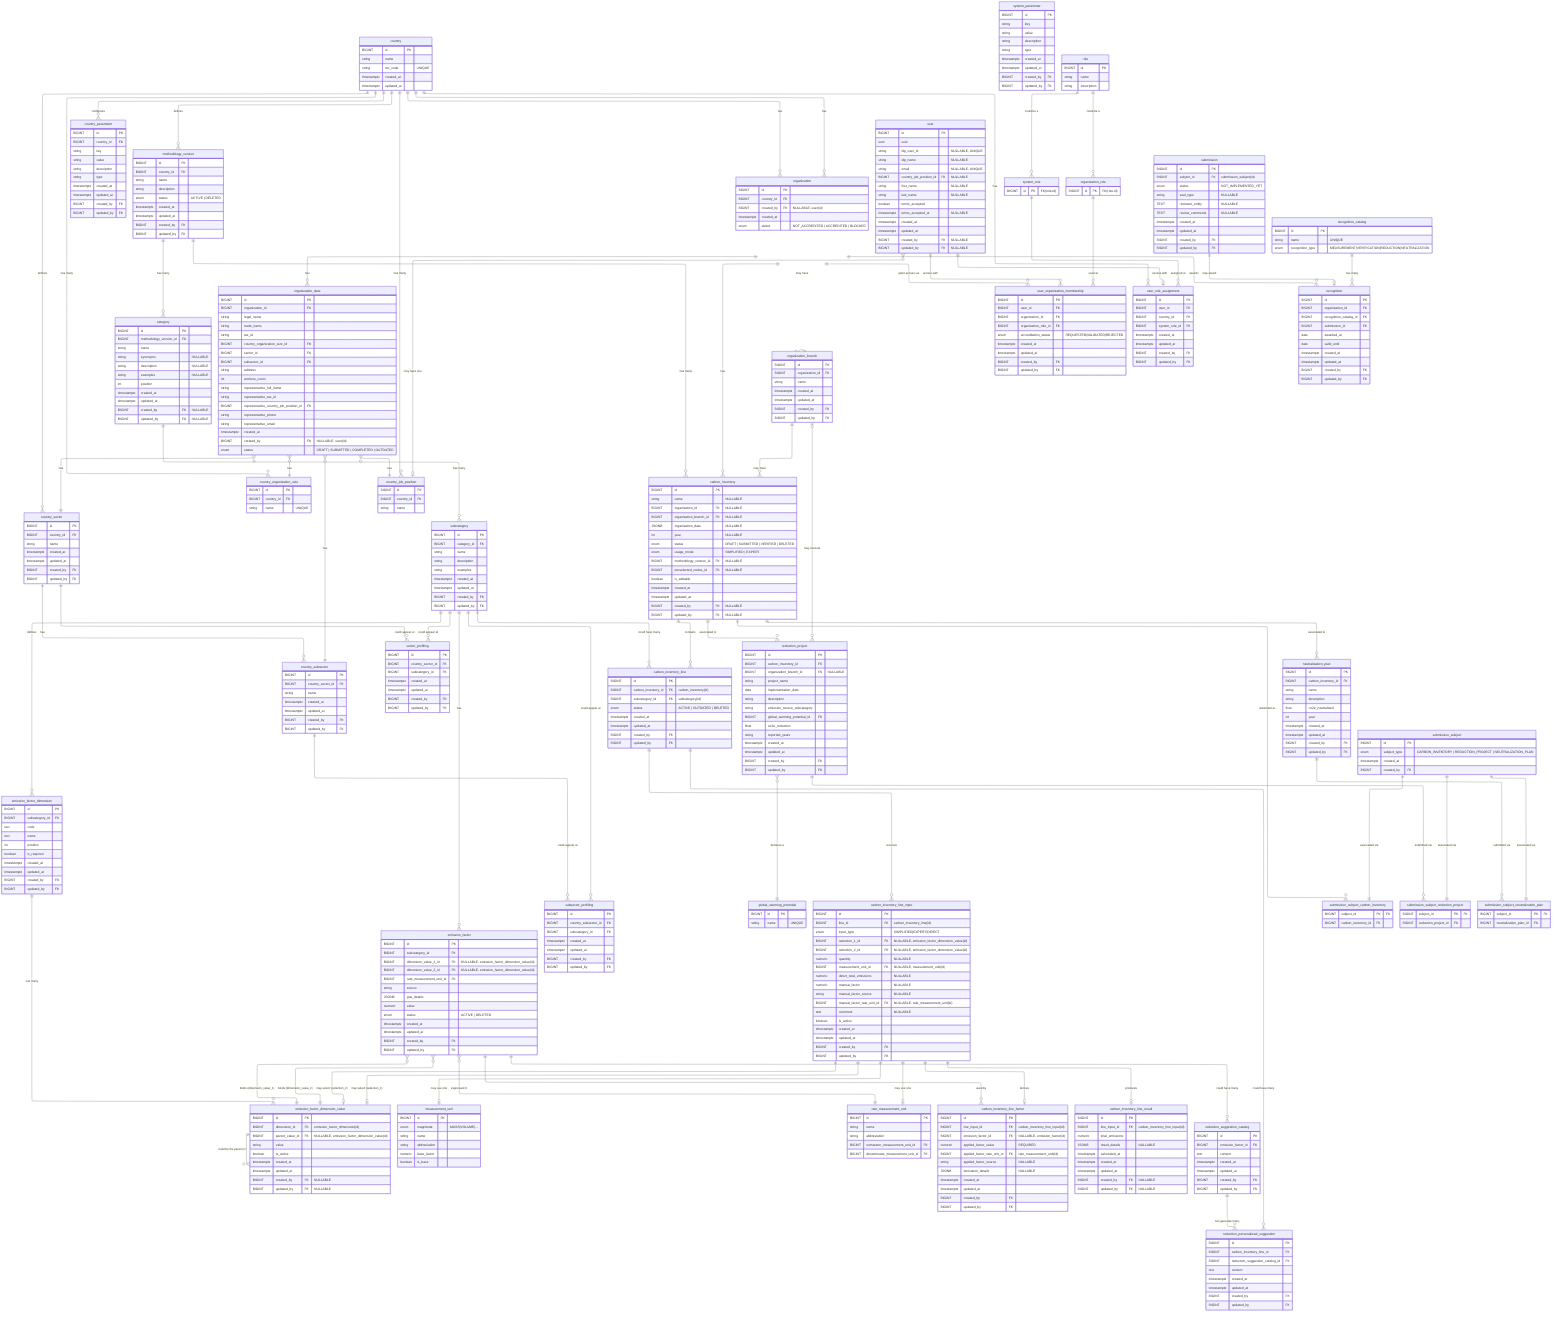
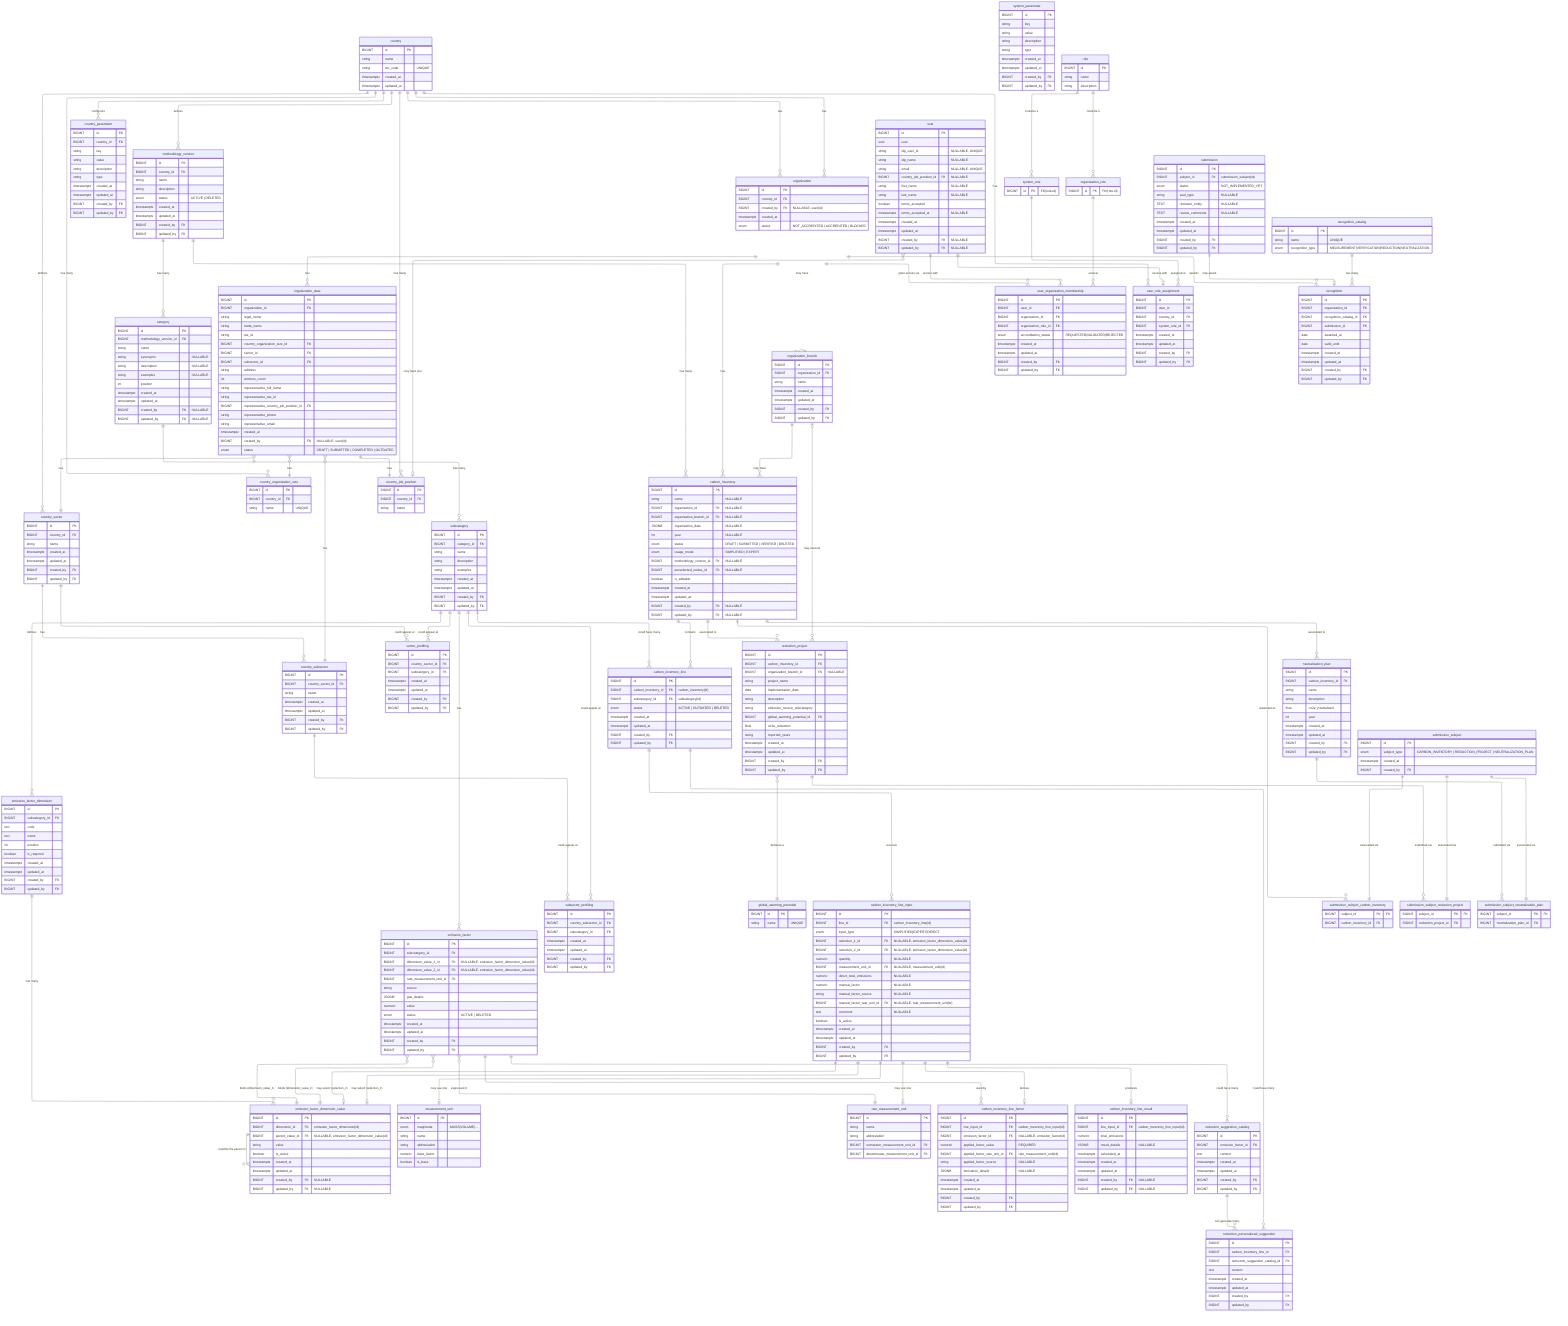
---
config:
  layout: elk
---
erDiagram
	direction TB

	%% ============================================================
	%% Design Principles
	%% ============================================================

	%% 🔷 Core Modeling Principles
	%% 	1.	Each table has a single, well-defined responsibility
	%% Tables are designed to represent one concept only (e.g. configuration, input, result, workflow), avoiding mixed concerns.

	%% 	2.	Relationships reflect real business rules, not just foreign keys
	%% Cardinalities and optionality are chosen to express domain constraints, not merely technical implementation details.

	%% 	3.	Nullability is intentional and meaningful
	%% Nullable fields indicate valid domain states (e.g. optional associations, draft data), not incomplete design.

	%% ⸻

	%% 🔷 Configuration & Reference Data
	%% 	4.	Reference data is normalized and centralized
	%% Shared concepts (statuses, units, potentials) are defined once and reused across the system.

	%% 	5.	Volatile enums are modeled as tables, not database ENUMs
	%% Any value expected to evolve (statuses, workflows) is stored in catalog tables to avoid schema migrations.

	%% 	6.	Stable physical concepts may use ENUMs
	%% Concepts that are scientifically stable (e.g. unit magnitude, usage mode) may use database ENUMs for safety and clarity.

	%% ⸻

	%% 🔷 Methodology & Emission Factors

	%% 	7.	Methodology is versioned and country-scoped
	%% All categories, subcategories, and factors belong to a specific methodology version tied to a country.

	%% 	8.	Emission factors are defined by standardized dimensions, not free text
	%% User selections and factor matching are driven by normalized dimension values to ensure consistency and correctness.

	%% 	9.	Dimension cardinality reflects domain reality, not generic flexibility
	%% Emission factors support up to two dimensions by design, matching current methodology requirements and admin workflows.

	%% 	10.	Administrative workflows are hierarchical and sequential
	%% New entities are created top-down (category → subcategory → dimension → value → factor), enforcing consistency at each level.

	%% ⸻

	%% 🔷 Inventory & Calculation

	%% 	11.	Input, factor selection, and results are modeled as separate concerns
	%% User input, factor derivation, and calculated results are stored in distinct tables for clarity and auditability.

	%% 	12.	Results are always derived from immutable input snapshots
	%% Calculated emissions reference the exact input used, ensuring reproducibility even if inputs change later.

	%% 	13.	Historical data is preserved; updates create new versions
	%% Changes do not overwrite previous data but create new records, maintaining a complete audit trail.

	%% ⸻

	%% 🔷 Workflow & Submissions

	%% 	14.	Workflows are modeled as data, not booleans
	%% Submissions, approvals, and recognitions are represented explicitly rather than inferred from flags.

	%% 	15.	Polymorphism is handled via explicit subject tables
	%% Submissions reference a generic subject entity with concrete subtype tables, avoiding nullable polymorphic foreign keys.

	%% 	16.	Recognitions are awarded based on submissions, not raw entities
	%% This ensures all awards are traceable to a validated review process.

	%% ⸻

	%% 🔷 Audit & Governance

	%% 	17.	Audit fields are applied based on responsibility and mutability
	%% Operational tables are auditable; reference and system-owned tables may omit audit fields by design.

	%% 	18.	System-generated data does not pretend to have an author
	%% Automatically calculated results record timestamps but not created_by or updated_by.

	%% 	19.	Database constraints enforce correctness wherever possible
	%% Uniqueness, consistency, and invariants are enforced at the database level rather than relying solely on application logic.


	%% ⸻

	%% 🔷 Evolution & Maintainability

	%% 	20.	Design favors clarity and correctness over premature generalization
	%% Flexibility is introduced only when driven by real domain requirements, not hypothetical future use cases.

	%% 	21.	Future extensions are possible without breaking existing data
	%% The model anticipates evolution (e.g. new methodologies, new workflows) while keeping current usage simple and explicit.

	%% ⸻

	%% These principles are intentional.
	%% Changes to the model should preserve these invariants unless there is a clear domain-driven reason to evolve them.

	%% ============================================================
	%% 🟦 Country & configuration (7)
	%% ============================================================

	country {
		BIGINT id PK ""
		string name  ""
		string iso_code "UNIQUE"
		timestamptz created_at  ""
		timestamptz updated_at  ""
	}

	country_parameter {
		BIGINT id PK ""
		BIGINT country_id FK ""
		string key  ""
		string value  ""
		string description  ""
		string type  ""
		timestamptz created_at  ""
		timestamptz updated_at  ""
		BIGINT created_by FK ""
		BIGINT updated_by FK ""
	}

	system_parameter {
		BIGINT id PK ""
		string key  ""
		string value  ""
		string description  ""
		string type  ""
		timestamptz created_at  ""
		timestamptz updated_at  ""
		BIGINT created_by FK ""
		BIGINT updated_by FK ""
	}

	country_sector {
		BIGINT id PK ""
		BIGINT country_id FK ""
		string name  ""
		timestamptz created_at  ""
		timestamptz updated_at  ""
		BIGINT created_by FK ""
		BIGINT updated_by FK ""
	}

	country_subsector {
		BIGINT id PK ""
		BIGINT country_sector_id FK ""
		string name  ""
		timestamptz created_at  ""
		timestamptz updated_at  ""
		BIGINT created_by FK ""
		BIGINT updated_by FK ""
	}

	country_organization_size {
		BIGINT id PK ""
		BIGINT country_id FK ""
		string name  "UNIQUE"
	}

	country_job_position {
		BIGINT id PK ""
		BIGINT country_id FK ""
		string name  ""
	}

	%% ============================================================
	%% 🟩 Methodology & factors (9)
	%% ============================================================

	methodology_version {
		BIGINT id PK ""
		BIGINT country_id FK ""
		string name  ""
		string description  ""
		enum status "ACTIVE | DELETED"
		timestamptz created_at  ""
		timestamptz updated_at  ""
		BIGINT created_by FK ""
		BIGINT updated_by FK ""
		%% Enforce via trigger at most 1 active per country
	}

	category {
		BIGINT id PK ""
		BIGINT methodology_version_id FK ""
		string name  ""
		%% just for displaying
		string synonyms "NULLABLE"
		%% just for displaying
		string description "NULLABLE"
		%% just for displaying
		string examples "NULLABLE"
		%% Position must be > 0 (enforced by DB CHECK constraint)
		int position ""
		timestamptz created_at  ""
		timestamptz updated_at  ""
		BIGINT created_by FK "NULLABLE"
		BIGINT updated_by FK "NULLABLE"
		%% UNIQUE(methodology_version_id, name)
		%% UNIQUE(methodology_version_id, position)
	}

	subcategory {
		BIGINT id PK ""
		BIGINT category_id FK ""
		string name  ""
		%% just for displaying
		string description  ""
		%% just for displaying
		string examples ""
		timestamptz created_at  ""
		timestamptz updated_at  ""
		BIGINT created_by FK ""
		BIGINT updated_by FK ""
	}

	emission_factor_dimension {
		BIGINT id PK ""
		BIGINT subcategory_id FK ""
		%% Like: FUEL_GROUP, FUEL_TYPE, GAS_TYPE
		text code ""
		%% Like: Tipo de combustible, Tipo de gas
		text name ""
		%% Like: 1, 2, 3 (order in UI & logic)
		int position ""
		boolean is_required ""
		timestamptz created_at  ""
		timestamptz updated_at  ""
		BIGINT created_by FK ""
		BIGINT updated_by FK ""
		%% UNIQUE(subcategory_id, position),
		%% UNIQUE(subcategory_id, code)
	}

	emission_factor_dimension_value {
		BIGINT id PK ""
		BIGINT dimension_id FK "emission_factor_dimension(id)"
		BIGINT parent_value_id FK "NULLABLE, emission_factor_dimension_value(id)"
		%% Like: Natural gas, Diesel, Kerosene, etc
		string value ""
		boolean is_active ""
		timestamptz created_at  ""
		timestamptz updated_at  ""
		BIGINT created_by FK "NULLABLE"
		BIGINT updated_by FK "NULLABLE"
		%% UNIQUE(dimension_id, value)
	}

	emission_factor {
		BIGINT id PK ""
		BIGINT subcategory_id FK ""
		%% Emission factors currently support up to two dimensions via fixed columns.
		%% A binding table was considered for unbounded dimensions but intentionally not used to keep queries and constraints simple.
		BIGINT dimension_value_1_id FK "NULLABLE, emission_factor_dimension_value(id)"
		BIGINT dimension_value_2_id FK "NULLABLE, emission_factor_dimension_value(id)"
		BIGINT rate_measurement_unit_id FK ""
		string source  ""
		JSONB gas_details ""
		numeric value  ""
		enum status "ACTIVE | DELETED"
		timestamptz created_at  ""
		timestamptz updated_at  ""
		BIGINT created_by FK ""
		BIGINT updated_by FK ""
		%% Enforce UNIQUE (subcategory_id, dimension_value_1_id, dimension_value_2_id) WHERE status = 'ACTIVE'
	}

	sector_profiling {
		BIGINT id PK ""
		BIGINT country_sector_id FK ""
		BIGINT subcategory_id FK ""
		timestamptz created_at  ""
		timestamptz updated_at  ""
		BIGINT created_by FK ""
		BIGINT updated_by FK ""
		%% UNIQUE(country_sector_id, subcategory_id)
	}

	subsector_profiling {
		BIGINT id PK ""
		BIGINT country_subsector_id FK ""
		BIGINT subcategory_id FK ""
		timestamptz created_at  ""
		timestamptz updated_at  ""
		BIGINT created_by FK ""
		BIGINT updated_by FK ""
		%% UNIQUE(country_subsector_id, subcategory_id)
	}

	measurement_unit {
		BIGINT id PK ""
		enum magnitude  "MASS|VOLUME|..."
		string name  ""
		string abbreviation  ""
		numeric base_factor  ""
		boolean is_base  ""
		%% Enforce UNIQUE (magnitude) WHERE is_base = true
	}

	rate_measurement_unit {
		BIGINT id PK ""
		string name  ""
		string abbreviation  ""
		BIGINT numerator_measurement_unit_id FK ""
		BIGINT denominator_measurement_unit_id FK ""
	}

	global_warming_potential {
		BIGINT id PK ""
		string name "UNIQUE"
		%% AR4, AR5, etc...
	}

	%% ============================================================
	%% 🟨 Organizations & users (8)
	%% ============================================================

	organization {
		BIGINT id PK
		BIGINT country_id FK
		BIGINT created_by FK "NULLABLE, user(id)"
		timestamptz created_at
		enum status "NOT_ACCREDITED | ACCREDITED | BLOCKED"
  	}

	organization_data {
		BIGINT id PK
		BIGINT organization_id FK

		%% organization data
		string legal_name
		string trade_name
		string tax_id
		BIGINT country_organization_size_id FK
		BIGINT sector_id FK
		BIGINT subsector_id FK
		string address
		int workers_count

		%% representative data
		string representative_full_name
		string representative_tax_id
		BIGINT representative_country_job_position_id FK
		string representative_phone
		string representative_email

		timestamptz created_at
		BIGINT created_by FK "NULLABLE, user(id)"
		enum status "DRAFT | SUBMITTED | COMPLETED | OUTDATED"
	}

	organization_branch {
		BIGINT id PK ""
		BIGINT organization_id FK ""
		string name  ""
		timestamptz created_at  ""
		timestamptz updated_at  ""
		BIGINT created_by FK ""
		BIGINT updated_by FK ""
	}

	user {
		BIGINT id PK ""
		uuid uuid  ""
		string idp_user_id "NULLABLE, UNIQUE"
		string idp_name "NULLABLE"
		string email  "NULLABLE, UNIQUE"
		BIGINT country_job_position_id FK "NULLABLE"
		string first_name "NULLABLE"
		string last_name "NULLABLE"
		boolean terms_accepted ""
		timestamptz terms_accepted_at "NULLABLE"
		timestamptz created_at  ""
		timestamptz updated_at  ""
		BIGINT created_by FK "NULLABLE"
		BIGINT updated_by FK "NULLABLE"
	}

	%% abstract parent table
	role {
		BIGINT id PK ""
		string name ""
		string description ""
	}

	system_role {
		BIGINT id PK "FK(role.id)"
	}

	organization_role {
		BIGINT id PK "FK(role.id)"
	}

	user_organization_membership {
		BIGINT id PK ""
		BIGINT user_id FK ""
		BIGINT organization_id FK ""
		BIGINT organization_role_id FK ""
		enum accreditation_status  "REQUESTED|VALIDATED|REJECTED"
		timestamptz created_at  ""
		timestamptz updated_at  ""
		BIGINT created_by FK ""
		BIGINT updated_by FK ""
		%% UNIQUE(user_id, organization_id, organization_role_id)
	}

	user_role_assignment {
		BIGINT id PK ""
		BIGINT user_id FK ""
		BIGINT country_id FK ""
		BIGINT system_role_id FK ""
		timestamptz created_at  ""
		timestamptz updated_at  ""
		BIGINT created_by FK ""
		BIGINT updated_by FK ""
		%% UNIQUE(user_id, country_id, system_role_id)
	}

	%% ============================================================
	%% 🟧 Inventory & calculation (9)
	%% ============================================================

	%% organization & organization_branch will be NULL when user does not belong to any org.
	carbon_inventory {
		BIGINT id PK ""
		string name "NULLABLE"
		BIGINT organization_id FK "NULLABLE"
		BIGINT organization_branch_id FK "NULLABLE"
		JSONB organization_data "NULLABLE"
		int year "NULLABLE"
		enum status "DRAFT | SUBMITTED | VERIFIED | DELETED"
		enum usage_mode "SIMPLIFIED | EXPERT"
		BIGINT methodology_version_id FK "NULLABLE"
		BIGINT preselected_nodes_id FK "NULLABLE"
		boolean is_editable ""
		timestamptz created_at  ""
		timestamptz updated_at  ""
		BIGINT created_by FK "NULLABLE"
		BIGINT updated_by FK "NULLABLE"
	}

	%% A "line" represents what is being measured (subcategory) for a given inventory.
	%% We do not store quantities/factors/selections here. It's the anchor.
	carbon_inventory_line {
		BIGINT id PK ""
		BIGINT carbon_inventory_id FK "carbon_inventory(id)"
		BIGINT subcategory_id FK "subcategory(id)"
		enum status "ACTIVE | OUTDATED | DELETED"
		timestamptz created_at  ""
		timestamptz updated_at  ""
		BIGINT created_by FK ""
		BIGINT updated_by FK ""
	}

	carbon_inventory_line_input {
		BIGINT id PK ""
		BIGINT line_id FK "carbon_inventory_line(id)"
		enum input_type "SIMPLIFIED|EXPERT|DIRECT"

		%% the "dimension selections" (more on dimension standardization in section 4)
		BIGINT selection_1_id FK "NULLABLE, emission_factor_dimension_value(id)"
		BIGINT selection_2_id FK "NULLABLE, emission_factor_dimension_value(id)"

		numeric quantity "NULLABLE"
		BIGINT measurement_unit_id FK "NULLABLE, measurement_unit(id)"

		%% For DIRECT mode:
		numeric direct_total_emissions "NULLABLE"

		%% For EXPERT mode:
		numeric manual_factor "NULLABLE"
		string manual_factor_source "NULLABLE"
		BIGINT manual_factor_rate_unit_id FK "NULLABLE, rate_measurement_unit(id)"

		text comment "NULLABLE"
		boolean is_active ""
		timestamptz created_at  ""
		timestamptz updated_at  ""
		BIGINT created_by FK ""
		BIGINT updated_by FK ""
		%% Enforce only one active input per line: UNIQUE(line_id) WHERE is_active = true
	}

	%% This stores "what factor did we use, after conversions, and why" so results are reproducible.
	carbon_inventory_line_factor {
		BIGINT id PK ""
		BIGINT line_input_id FK "carbon_inventory_line_input(id)"

		%% chosen factor: either from catalog (simplified) or null for expert/direct
		BIGINT emission_factor_id FK "NULLABLE, emission_factor(id)"

		%% normalized factor actually used in the computation (post-conversion)
		%% REQUIRED: Must always be present for result reproducibility
		numeric applied_factor_value "REQUIRED"
		BIGINT applied_factor_rate_unit_id FK "rate_measurement_unit(id)"
		string applied_factor_source "NULLABLE"

		%% optionally store a JSON blob explaining conversion steps for auditability
		JSONB derivation_details "NULLABLE"

		timestamptz created_at  ""
		timestamptz updated_at  ""
		BIGINT created_by FK ""
		BIGINT updated_by FK ""
		%% Enforce 1 factor row per input: UNIQUE(line_input_id)
	}

	carbon_inventory_line_result {
		BIGINT id PK ""
		BIGINT line_input_id FK "carbon_inventory_line_input(id)"
		numeric total_emissions ""
		%% optionally store breakdown: per-gas, CO2e, etc.
		JSONB result_details "NULLABLE"
		timestamptz calculated_at ""
		timestamptz created_at  ""
		timestamptz updated_at  ""
		BIGINT created_by FK "NULLABLE"
		BIGINT updated_by FK "NULLABLE"
		%% Ensure 1 result per input: UNIQUE(line_input_id)
	}

	reduction_suggestion_catalog {
		BIGINT id PK ""
		BIGINT emission_factor_id FK ""
		text content  ""
		timestamptz created_at  ""
		timestamptz updated_at  ""
		BIGINT created_by FK ""
		BIGINT updated_by FK ""
	}

	%% We plan to create these suggestion with AI
	reduction_personalized_suggestion {
		BIGINT id PK ""
		BIGINT carbon_inventory_line_id FK ""
		BIGINT reduction_suggestion_catalog_id FK ""
		text content  ""
		timestamptz created_at  ""
		timestamptz updated_at  ""
		BIGINT created_by FK ""
		BIGINT updated_by FK ""
	}

	reduction_project {
		BIGINT id PK ""
		BIGINT carbon_inventory_id FK ""
		BIGINT organization_branch_id FK "NULLABLE"
		string project_name  ""
		date implementation_date  ""
		string description  ""
		string emission_source_subcategory  ""
		BIGINT global_warming_potential_id FK ""
		float co2e_reduction  ""
		string reported_years  ""
		timestamptz created_at  ""
		timestamptz updated_at  ""
		BIGINT created_by FK ""
		BIGINT updated_by FK ""
	}

	neutralization_plan {
		BIGINT id PK ""
		BIGINT carbon_inventory_id FK ""
		string name  ""
		string description  ""
		float co2e_neutralized  ""
		int year  ""
		timestamptz created_at  ""
		timestamptz updated_at  ""
		BIGINT created_by FK ""
		BIGINT updated_by FK ""
	}

	%% ============================================================
	%% 🟥 Submissions & recognition (7)
	%% ============================================================

	%% Read the docs about the submissions model design here: https://www.notion.so/Modelo-E-R-para-Submissions-2d318d2c8901805ab8f9eed2a9d9d702?source=copy_link
	%% The data within this table is immutable once created
	submission_subject {
		BIGINT id PK ""
		enum subject_type "CARBON_INVENTORY | REDUCTION_PROJECT | NEUTRALIZATION_PLAN"
		timestamptz created_at  ""
		BIGINT created_by FK ""
	}

	%% The data within this table is immutable once created
	submission_subject_carbon_inventory {
		BIGINT subject_id PK "FK"
		BIGINT carbon_inventory_id FK ""
	}

	%% The data within this table is immutable once created
	submission_subject_reduction_project {
		BIGINT subject_id PK "FK"
		BIGINT reduction_project_id FK ""
	}

	%% The data within this table is immutable once created
	submission_subject_neutralization_plan {
		BIGINT subject_id PK "FK"
		BIGINT neutralization_plan_id FK ""
	}

	submission {
		BIGINT id PK ""
		BIGINT subject_id FK "submission_subject(id)"
		enum status "NOT_IMPLEMENTED_YET"
		string seal_type  "NULLABLE"
		TEXT reviewer_entity "NULLABLE"
		TEXT review_comments "NULLABLE"
		timestamptz created_at  ""
		timestamptz updated_at  ""
		BIGINT created_by FK ""
		BIGINT updated_by FK ""
	}

	recognition_catalog {
		BIGINT id PK ""
		string name "UNIQUE"
		enum recognition_type  "MEASUREMENT|VERIFICATION|REDUCTION|NEUTRALIZATION"
	}

	recognition {
		BIGINT id PK ""
		BIGINT organization_id FK ""
		BIGINT recognition_catalog_id FK ""
		BIGINT submission_id FK ""
		date awarded_at  ""
		date valid_until  ""
		timestamptz created_at  ""
		timestamptz updated_at  ""
		BIGINT created_by FK ""
		BIGINT updated_by FK ""
	}

	%% ============================================================
	%% Others
	%% ============================================================


%% ============================================================
%% Relationships
%% ============================================================

country
	country ||--o{ country_parameter : "configures"
	country ||--o{ country_sector : "defines"
	country ||--o{ methodology_version : "defines"
	country ||--o{ organization : "has"
	country ||--o{ user_role_assignment : "has"
	country ||--o{ country_organization_size: "has many"
	country ||--o{ country_job_position : "has many"
	country ||--o{ organization : "has"

country_sector
	country_sector ||--o{ country_subsector : "has"
	country_sector ||--o{ sector_profiling : "could appear at"

country_subsector
	country_subsector ||--o{ subsector_profiling : "could appear at"

organization
	organization ||--o{ carbon_inventory : "has"
	organization ||--o{ organization_branch : "may have"
	organization ||--o{ recognition : "awards"
	organization ||--o{ user_organization_membership : "grant access via"
	organization ||--o{ organization_data : "has"

organization_data
	organization_data }o--|| country_organization_size : "has"
	organization_data }o--|| country_sector : "has"
	organization_data }o--|| country_subsector : "has"
- 	organization_data }o--|| country_job_position : "has"
+ 	organization_data ||--|| country_job_position : "has"

organization_branch
	organization_branch |o--o{ reduction_project : "may execute"
	organization_branch ||--o{ carbon_inventory : "may have"

recognition_catalog
	recognition_catalog ||--o{ recognition  : "has many"

role
	role ||--o{ system_role : "could be a"
	role ||--o{ organization_role : "could be a"
	organization_role ||--o{ user_organization_membership : "used at"
	system_role ||--o{ user_role_assignment : "assigned at"

user
	user ||--o{ user_organization_membership : "access with"
	user }o--o| country_job_position : "may have one"
	user ||--o| user_role_assignment : "access with"

methodology_version
	methodology_version ||--o{ carbon_inventory : "has many"
	methodology_version ||--o{ category : "has many"

category
	category ||--o{ subcategory : "has many"

subcategory
	subcategory ||--o{ emission_factor_dimension: "defines"
	%% A subcategory may exist with zero emission factors:
	subcategory ||--o{ emission_factor: "has"
	subcategory ||--o{ sector_profiling: "could appear at"
	subcategory ||--o{ subsector_profiling: "could appear at"
	subcategory ||--o{ carbon_inventory_line: "could have many"

emission_factor_dimension
	emission_factor_dimension ||--o{ emission_factor_dimension_value : "has many"

emission_factor_dimension_value
	emission_factor_dimension_value ||--o{ emission_factor_dimension_value : "could be the parent of"

emission_factor
	emission_factor ||--o{ reduction_suggestion_catalog : "could have many"
	emission_factor ||--o{ carbon_inventory_line_factor : "used by"
	emission_factor }o--|| rate_measurement_unit : "expressed in"
	%% At most 2 values, depending on subcategory configuration:
	emission_factor }o--|| emission_factor_dimension_value : "binds (dimension_value_1)"
	emission_factor }o--|| emission_factor_dimension_value : "binds (dimension_value_2)"

carbon_inventory
	carbon_inventory ||--o{ carbon_inventory_line: "contains"
	carbon_inventory ||--o{ submission_subject_carbon_inventory: "submitted as"
	carbon_inventory ||--o{ neutralization_plan: "associated to"
	carbon_inventory ||--o{ reduction_project: "associated to"

carbon_inventory_line
	carbon_inventory_line ||--o{ reduction_personalized_suggestion: "could have many"
	carbon_inventory_line ||--o{ carbon_inventory_line_input: "receives"

carbon_inventory_line_input
	carbon_inventory_line_input ||--o| emission_factor_dimension_value: "may select (selection_1)"
	carbon_inventory_line_input ||--o| emission_factor_dimension_value: "may select (selection_2)"
	carbon_inventory_line_input ||--o| measurement_unit: "may use one"
	carbon_inventory_line_input ||--o| rate_measurement_unit: "may use one"
	carbon_inventory_line_input ||--o| carbon_inventory_line_factor: "derives"
	carbon_inventory_line_input ||--o| carbon_inventory_line_result: "produces"

submission_subject
	submission_subject ||--|| submission_subject_carbon_inventory : "associated via"
	submission_subject ||--|| submission_subject_reduction_project : "associated via"
	submission_subject ||--|| submission_subject_neutralization_plan : "associated via"

submission
	submission ||--o| recognition: "may award"

neutralization_plan
	neutralization_plan ||--o{ submission_subject_neutralization_plan : "submitted via"

reduction_project
	reduction_project ||--o{ submission_subject_reduction_project : "submitted via"
	reduction_project }o--|| global_warming_potential : "declares a"

reduction_suggestion_catalog
	reduction_suggestion_catalog ||--o{ reduction_personalized_suggestion : "can generate many"